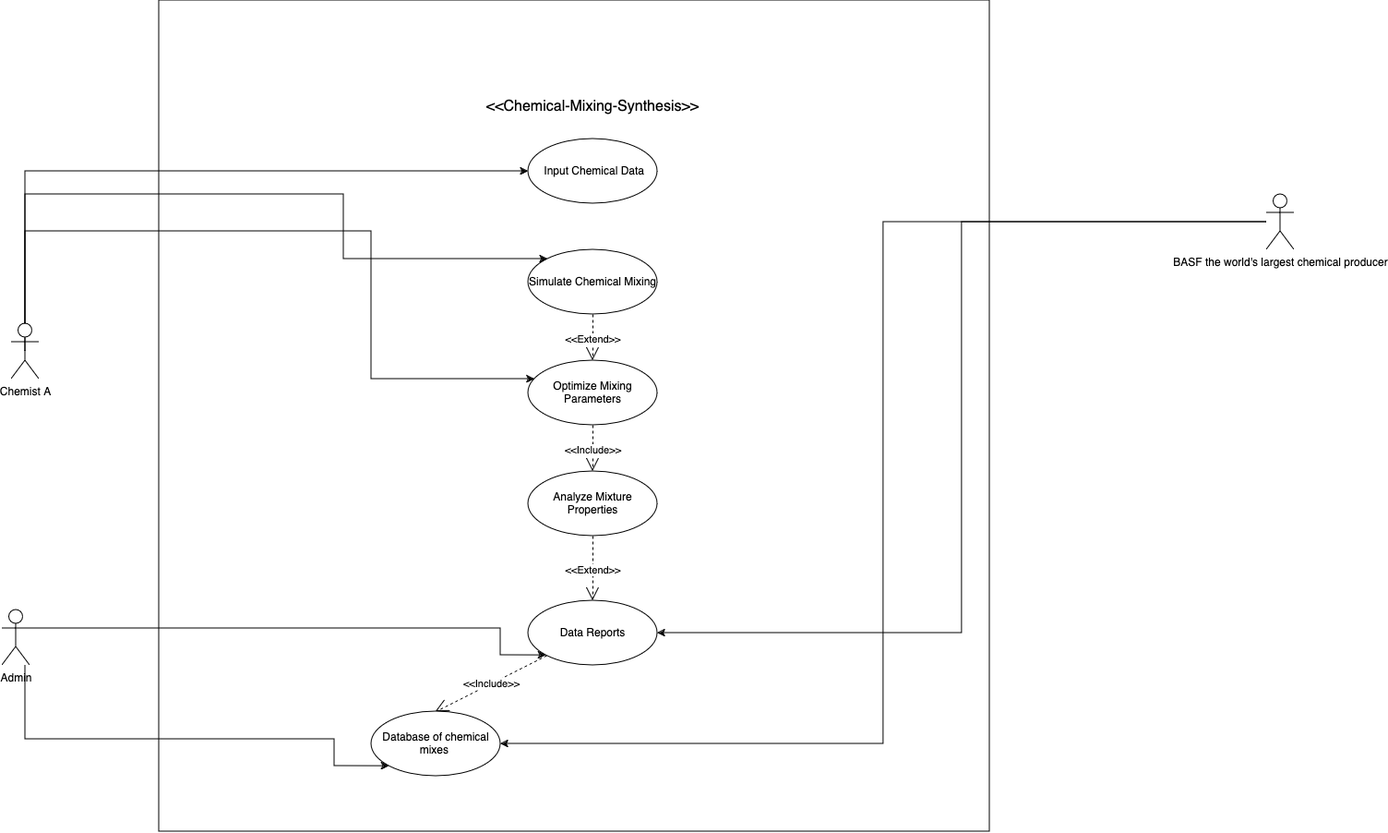
This is use-case.png from a-l-a-z-a-r/Chemical-Mixing-Data-Synthesis, a draw.io export, as it was before one commit. Source tidied: cells renumbered, new cells last; positions are measured from the earlier drawing's top-left corner, leaving out a move shared by most shapes.
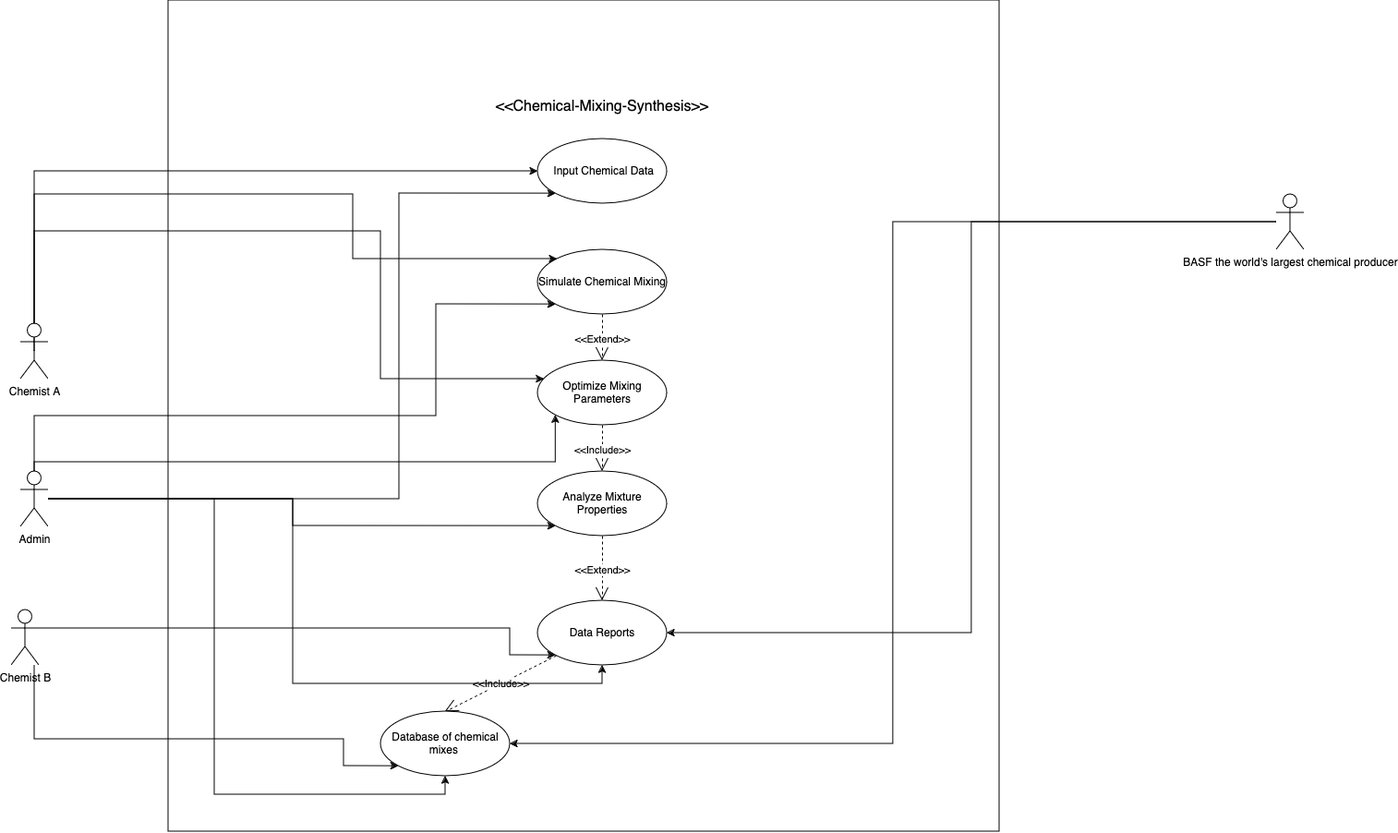
After the change.

The edit, as a diff of the source:
```diff
@@ -90,11 +90,48 @@
         </Array>
       </mxGeometry>
     </mxCell>
-    <mxCell id="22" value="Admin " style="shape=umlActor;verticalLabelPosition=bottom;verticalAlign=top;html=1;" parent="1" vertex="1">
+    <mxCell id="22" value="Chemist B" style="shape=umlActor;verticalLabelPosition=bottom;verticalAlign=top;html=1;" parent="1" vertex="1">
       <mxGeometry y="660" width="30" height="60" as="geometry" />
     </mxCell>
     <mxCell id="23" value="&amp;lt;&amp;lt;Include&amp;gt;&amp;gt; " style="endArrow=open;endSize=12;dashed=1;html=1;rounded=0;entryX=0.5;entryY=0;entryDx=0;entryDy=0;" parent="1" edge="1" source="14" target="19">
       <mxGeometry relative="1" as="geometry" />
     </mxCell>
+    <mxCell id="24" style="edgeStyle=orthogonalEdgeStyle;rounded=0;jettySize=auto;html=1;entryX=0;entryY=1;entryDx=0;entryDy=0;" parent="1" edge="1" source="30" target="10">
+      <mxGeometry relative="1" as="geometry">
+        <Array as="points">
+          <mxPoint x="420" y="540" />
+          <mxPoint x="420" y="209" />
+        </Array>
+      </mxGeometry>
+    </mxCell>
+    <mxCell id="25" style="edgeStyle=orthogonalEdgeStyle;rounded=0;jettySize=auto;html=1;entryX=0;entryY=1;entryDx=0;entryDy=0;" parent="1" edge="1" source="30" target="11">
+      <mxGeometry relative="1" as="geometry">
+        <Array as="points">
+          <mxPoint x="25" y="450" />
+          <mxPoint x="460" y="450" />
+          <mxPoint x="460" y="329" />
+        </Array>
+      </mxGeometry>
+    </mxCell>
+    <mxCell id="26" style="edgeStyle=orthogonalEdgeStyle;rounded=0;jettySize=auto;html=1;entryX=0;entryY=1;entryDx=0;entryDy=0;" parent="1" edge="1" source="30" target="12">
+      <mxGeometry relative="1" as="geometry">
+        <Array as="points">
+          <mxPoint x="25" y="500" />
+          <mxPoint x="589" y="500" />
+        </Array>
+      </mxGeometry>
+    </mxCell>
+    <mxCell id="27" style="edgeStyle=orthogonalEdgeStyle;rounded=0;jettySize=auto;html=1;entryX=0;entryY=1;entryDx=0;entryDy=0;" parent="1" edge="1" source="30" target="13">
+      <mxGeometry relative="1" as="geometry" />
+    </mxCell>
+    <mxCell id="28" style="edgeStyle=orthogonalEdgeStyle;rounded=0;jettySize=auto;html=1;entryX=0.5;entryY=1;entryDx=0;entryDy=0;" parent="1" edge="1" source="30" target="14">
+      <mxGeometry relative="1" as="geometry" />
+    </mxCell>
+    <mxCell id="29" style="edgeStyle=orthogonalEdgeStyle;rounded=0;jettySize=auto;html=1;entryX=0.5;entryY=1;entryDx=0;entryDy=0;" parent="1" edge="1" source="30" target="19">
+      <mxGeometry relative="1" as="geometry" />
+    </mxCell>
+    <mxCell id="30" value="&lt;div&gt;Admin&lt;/div&gt;&lt;div&gt;&lt;br&gt;&lt;/div&gt;" style="shape=umlActor;verticalLabelPosition=bottom;verticalAlign=top;html=1;outlineConnect=0;" parent="1" vertex="1">
+      <mxGeometry x="10" y="510" width="30" height="60" as="geometry" />
+    </mxCell>
   </root>
 </mxGraphModel>
```
